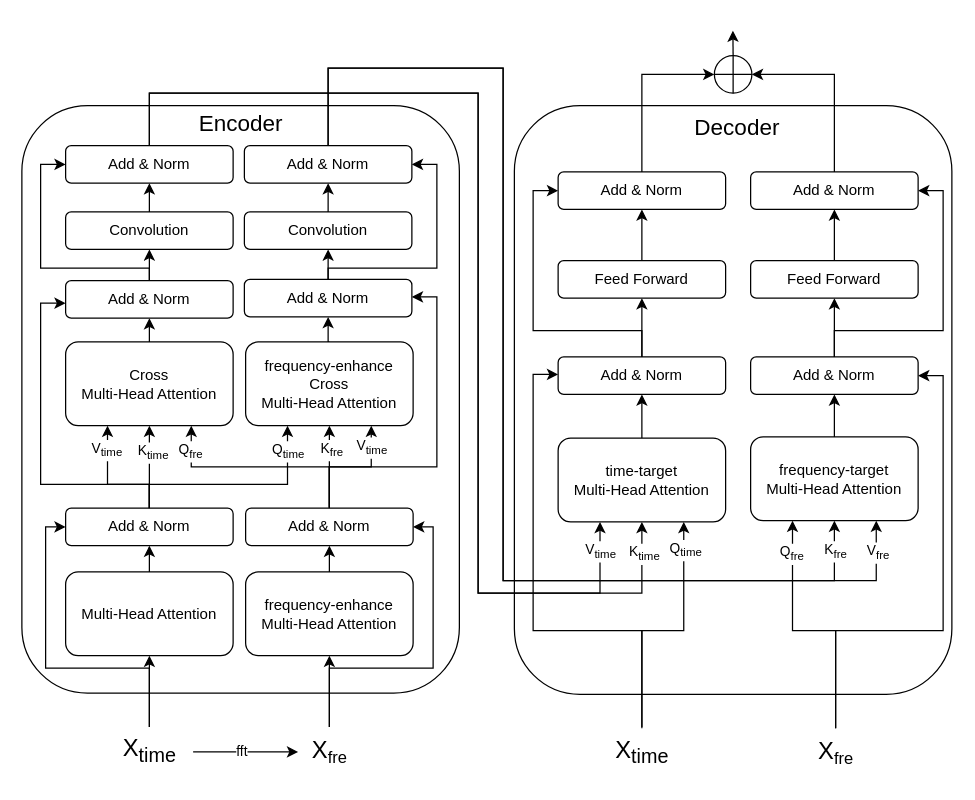
Above: SPR-CNN/Modality-aware.drawio in OuO333333/CNN4CE (draw.io), before the change. Source tidied: cells renumbered, new cells numbered last; positions are measured from the earlier drawing's top-left corner, leaving out a move shared by most shapes. Both pictures are drawn from the tidied source at 125%, with x=0, y=0 at pixel (21, 30).
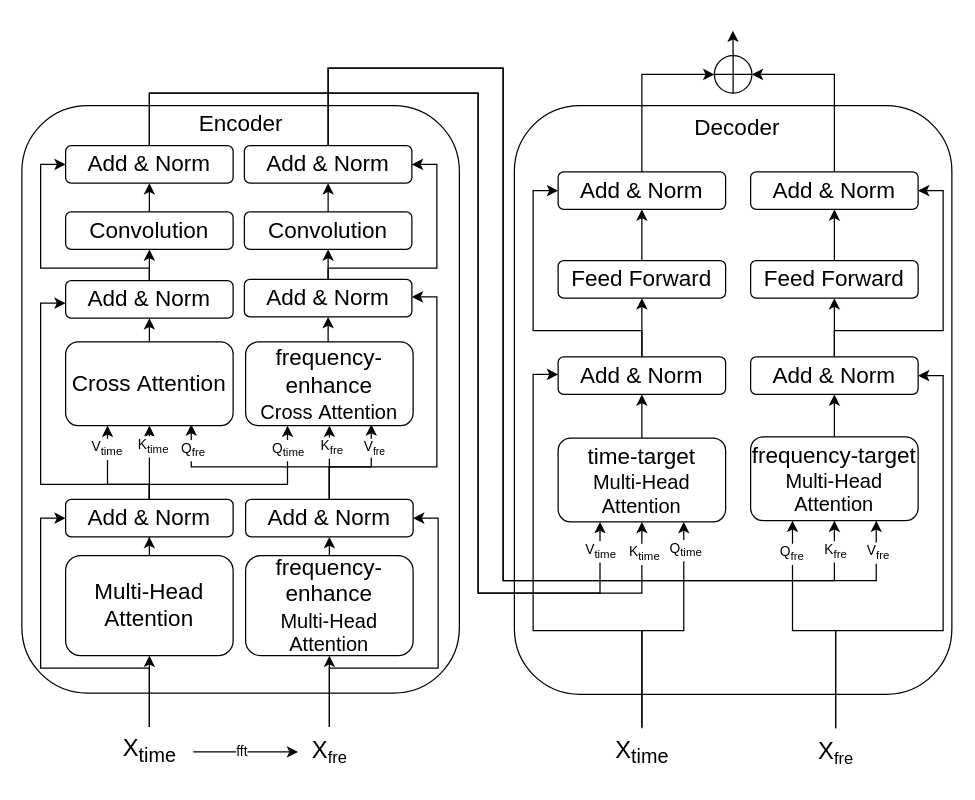
After the change.

The change refers to these unchanged cells:
```xml
<mxCell id="43" value="&lt;font style=&quot;font-size: 19px;&quot;&gt;X&lt;sub&gt;time&lt;/sub&gt;&lt;/font&gt;" style="text;html=1;align=center;verticalAlign=middle;points=[];strokeColor=none;fillColor=none;" parent="1" vertex="1">
  <mxGeometry x="67" y="557" width="70" height="40" as="geometry" />
</mxCell>
<mxCell id="46" value="&lt;font style=&quot;font-size: 19px;&quot;&gt;X&lt;/font&gt;&lt;font style=&quot;font-size: 15.8333px;&quot;&gt;&lt;sub&gt;fre&lt;/sub&gt;&lt;/font&gt;" style="text;html=1;align=center;verticalAlign=middle;points=[];strokeColor=none;fillColor=none;" parent="1" vertex="1">
  <mxGeometry x="221" y="557" width="50" height="40" as="geometry" />
</mxCell>
```

Change to the diagram source:
```diff
@@
-    <mxCell id="4" value="&lt;span style=&quot;background-color: initial;&quot;&gt;Multi-Head Attention&lt;/span&gt;" style="rounded=1;whiteSpace=wrap;html=1;" parent="1" vertex="1">
-      <mxGeometry x="35" y="433" width="134" height="67" as="geometry" />
+    <mxCell id="4" value="&lt;span style=&quot;background-color: initial;&quot;&gt;&lt;font style=&quot;font-size: 18px;&quot;&gt;Multi-Head Attention&lt;/font&gt;&lt;/span&gt;" style="rounded=1;whiteSpace=wrap;html=1;" parent="1" vertex="1">
+      <mxGeometry x="35" y="420" width="134" height="80" as="geometry" />
     </mxCell>
@@
-    <mxCell id="6" value="frequency-enhance&lt;div&gt;Multi-Head Attention&lt;/div&gt;" style="rounded=1;whiteSpace=wrap;html=1;" parent="1" vertex="1">
-      <mxGeometry x="179" y="433" width="134" height="67" as="geometry" />
+    <mxCell id="6" value="&lt;font style=&quot;font-size: 18px;&quot;&gt;frequency-enhance&lt;/font&gt;&lt;div&gt;&lt;font size=&quot;3&quot;&gt;Multi-Head Attention&lt;/font&gt;&lt;/div&gt;" style="rounded=1;whiteSpace=wrap;html=1;" parent="1" vertex="1">
+      <mxGeometry x="179" y="420" width="134" height="80" as="geometry" />
     </mxCell>
@@
-    <mxCell id="14" value="Add &amp;amp; Norm" style="rounded=1;whiteSpace=wrap;html=1;" parent="1" vertex="1">
-      <mxGeometry x="35" y="382" width="134" height="30" as="geometry" />
+    <mxCell id="14" value="&lt;font style=&quot;font-size: 18px;&quot;&gt;Add &amp;amp; Norm&lt;/font&gt;" style="rounded=1;whiteSpace=wrap;html=1;" parent="1" vertex="1">
+      <mxGeometry x="35" y="375" width="134" height="30" as="geometry" />
     </mxCell>
@@
-    <mxCell id="17" style="edgeStyle=orthogonalEdgeStyle;rounded=0;jettySize=auto;html=1;exitX=0.5;exitY=0;exitDx=0;exitDy=0;entryX=0.75;entryY=1;entryDx=0;entryDy=0;" parent="1" edge="1" source="22" target="26">
-      <mxGeometry relative="1" as="geometry" />
-    </mxCell>
-    <mxCell id="18" value="V&lt;sub&gt;time&lt;/sub&gt;" style="edgeLabel;html=1;align=center;verticalAlign=middle;" parent="17" vertex="1">
-      <mxGeometry x="0.56" relative="1" as="geometry">
-        <mxPoint y="-4" as="offset" />
-      </mxGeometry>
-    </mxCell>
-    <mxCell id="19" style="edgeStyle=orthogonalEdgeStyle;rounded=0;jettySize=auto;html=1;exitX=0.5;exitY=0;exitDx=0;exitDy=0;entryX=0.75;entryY=1;entryDx=0;entryDy=0;" parent="1" edge="1" source="22" target="24">
-      <mxGeometry relative="1" as="geometry" />
-    </mxCell>
-    <mxCell id="20" value="Q&lt;sub&gt;fre&lt;/sub&gt;" style="edgeLabel;html=1;align=center;verticalAlign=middle;" parent="19" vertex="1">
-      <mxGeometry x="0.77" y="1" relative="1" as="geometry" />
-    </mxCell>
@@
+    <mxCell id="86" style="edgeStyle=orthogonalEdgeStyle;rounded=0;orthogonalLoop=1;jettySize=auto;html=1;exitX=0.5;exitY=0;exitDx=0;exitDy=0;entryX=0.75;entryY=1;entryDx=0;entryDy=0;" parent="1" edge="1">
+      <mxGeometry relative="1" as="geometry">
+        <mxPoint x="246" y="374" as="sourcePoint" />
+        <mxPoint x="279.5" y="315" as="targetPoint" />
+        <Array as="points">
+          <mxPoint x="246" y="349" />
+          <mxPoint x="280" y="349" />
+        </Array>
+      </mxGeometry>
+    </mxCell>
+    <mxCell id="87" style="edgeStyle=orthogonalEdgeStyle;rounded=0;orthogonalLoop=1;jettySize=auto;html=1;exitX=0.5;exitY=0;exitDx=0;exitDy=0;entryX=0.75;entryY=1;entryDx=0;entryDy=0;" parent="1" edge="1">
+      <mxGeometry relative="1" as="geometry">
+        <mxPoint x="246" y="374" as="sourcePoint" />
+        <mxPoint x="135.5" y="315" as="targetPoint" />
+        <Array as="points">
+          <mxPoint x="246" y="349" />
+          <mxPoint x="136" y="349" />
+        </Array>
+      </mxGeometry>
+    </mxCell>
-    <mxCell id="22" value="Add &amp;amp; Norm" style="rounded=1;whiteSpace=wrap;html=1;" parent="1" vertex="1">
-      <mxGeometry x="179" y="382" width="134" height="30" as="geometry" />
+    <mxCell id="22" value="&lt;font style=&quot;font-size: 18px;&quot;&gt;Add &amp;amp; Norm&lt;/font&gt;" style="rounded=1;whiteSpace=wrap;html=1;" parent="1" vertex="1">
+      <mxGeometry x="179" y="375" width="134" height="30" as="geometry" />
     </mxCell>
@@
-    <mxCell id="24" value="&lt;span style=&quot;background-color: initial;&quot;&gt;Cross&lt;/span&gt;&lt;div&gt;&lt;span style=&quot;background-color: initial;&quot;&gt;Multi-Head Attention&lt;/span&gt;&lt;/div&gt;" style="rounded=1;whiteSpace=wrap;html=1;" parent="1" vertex="1">
+    <mxCell id="24" value="&lt;font style=&quot;font-size: 18px;&quot;&gt;&lt;span style=&quot;background-color: initial;&quot;&gt;&lt;font style=&quot;&quot;&gt;Cross&amp;nbsp;&lt;/font&gt;&lt;/span&gt;&lt;span style=&quot;background-color: initial;&quot;&gt;Attention&lt;/span&gt;&lt;/font&gt;" style="rounded=1;whiteSpace=wrap;html=1;" parent="1" vertex="1">
       <mxGeometry x="35" y="249" width="134" height="67" as="geometry" />
     </mxCell>
@@
-    <mxCell id="26" value="frequency-enhance&lt;div&gt;Cross&lt;br&gt;&lt;div&gt;Multi-Head Attention&lt;/div&gt;&lt;/div&gt;" style="rounded=1;whiteSpace=wrap;html=1;" parent="1" vertex="1">
+    <mxCell id="26" value="&lt;font style=&quot;font-size: 18px;&quot;&gt;frequency-enhance&lt;/font&gt;&lt;div&gt;&lt;font size=&quot;3&quot;&gt;Cross&lt;span style=&quot;background-color: initial;&quot;&gt;&amp;nbsp;Attention&lt;/span&gt;&lt;/font&gt;&lt;/div&gt;" style="rounded=1;whiteSpace=wrap;html=1;" parent="1" vertex="1">
       <mxGeometry x="179" y="249" width="134" height="67" as="geometry" />
     </mxCell>
@@
-    <mxCell id="29" value="Add &amp;amp; Norm" style="rounded=1;whiteSpace=wrap;html=1;" parent="1" vertex="1">
+    <mxCell id="29" value="&lt;font style=&quot;font-size: 18px;&quot;&gt;Add &amp;amp; Norm&lt;/font&gt;" style="rounded=1;whiteSpace=wrap;html=1;" parent="1" vertex="1">
       <mxGeometry x="35" y="200" width="134" height="30" as="geometry" />
     </mxCell>
@@
-    <mxCell id="32" value="Add &amp;amp; Norm" style="rounded=1;whiteSpace=wrap;html=1;" parent="1" vertex="1">
+    <mxCell id="32" value="&lt;font style=&quot;font-size: 18px;&quot;&gt;Add &amp;amp; Norm&lt;/font&gt;" style="rounded=1;whiteSpace=wrap;html=1;" parent="1" vertex="1">
       <mxGeometry x="178" y="199" width="134" height="30" as="geometry" />
     </mxCell>
@@
-    <mxCell id="34" value="Convolution" style="rounded=1;whiteSpace=wrap;html=1;" parent="1" vertex="1">
+    <mxCell id="34" value="&lt;font style=&quot;font-size: 18px;&quot;&gt;Convolution&lt;/font&gt;" style="rounded=1;whiteSpace=wrap;html=1;" parent="1" vertex="1">
       <mxGeometry x="35" y="145" width="134" height="30" as="geometry" />
     </mxCell>
@@
-    <mxCell id="36" value="Convolution" style="rounded=1;whiteSpace=wrap;html=1;" parent="1" vertex="1">
+    <mxCell id="36" value="&lt;font style=&quot;font-size: 18px;&quot;&gt;Convolution&lt;/font&gt;" style="rounded=1;whiteSpace=wrap;html=1;" parent="1" vertex="1">
       <mxGeometry x="178" y="145" width="134" height="30" as="geometry" />
     </mxCell>
-    <mxCell id="37" value="Add &amp;amp; Norm" style="rounded=1;whiteSpace=wrap;html=1;" parent="1" vertex="1">
+    <mxCell id="37" value="&lt;font style=&quot;font-size: 18px;&quot;&gt;Add &amp;amp; Norm&lt;/font&gt;" style="rounded=1;whiteSpace=wrap;html=1;" parent="1" vertex="1">
       <mxGeometry x="35" y="92" width="134" height="30" as="geometry" />
     </mxCell>
-    <mxCell id="38" value="Add &amp;amp; Norm" style="rounded=1;whiteSpace=wrap;html=1;" parent="1" vertex="1">
+    <mxCell id="38" value="&lt;font style=&quot;font-size: 18px;&quot;&gt;Add &amp;amp; Norm&lt;/font&gt;" style="rounded=1;whiteSpace=wrap;html=1;" parent="1" vertex="1">
       <mxGeometry x="178" y="92" width="134" height="30" as="geometry" />
     </mxCell>
@@
     <mxCell id="42" style="edgeStyle=orthogonalEdgeStyle;rounded=0;jettySize=auto;html=1;entryX=0;entryY=0.5;entryDx=0;entryDy=0;" parent="1" edge="1" source="43" target="14">
       <mxGeometry relative="1" as="geometry">
         <Array as="points">
           <mxPoint x="102" y="510" />
-          <mxPoint x="19" y="510" />
-          <mxPoint x="19" y="397" />
+          <mxPoint x="15" y="510" />
+          <mxPoint x="15" y="390" />
         </Array>
       </mxGeometry>
     </mxCell>
@@
     <mxCell id="45" style="edgeStyle=orthogonalEdgeStyle;rounded=0;jettySize=auto;html=1;entryX=1;entryY=0.5;entryDx=0;entryDy=0;" parent="1" edge="1" source="46" target="22">
       <mxGeometry relative="1" as="geometry">
         <Array as="points">
           <mxPoint x="246" y="510" />
-          <mxPoint x="329" y="510" />
-          <mxPoint x="329" y="397" />
+          <mxPoint x="333" y="510" />
+          <mxPoint x="333" y="390" />
         </Array>
       </mxGeometry>
     </mxCell>
@@
-    <mxCell id="49" value="time-target&lt;div&gt;Multi-Head Attention&lt;/div&gt;" style="rounded=1;whiteSpace=wrap;html=1;" parent="1" vertex="1">
+    <mxCell id="49" value="&lt;font style=&quot;font-size: 18px;&quot;&gt;time-target&lt;/font&gt;&lt;div&gt;&lt;font size=&quot;3&quot;&gt;Multi-Head Attention&lt;/font&gt;&lt;/div&gt;" style="rounded=1;whiteSpace=wrap;html=1;" parent="1" vertex="1">
       <mxGeometry x="429" y="326" width="134" height="67" as="geometry" />
     </mxCell>
@@
-    <mxCell id="51" value="frequency-target&lt;div&gt;Multi-Head Attention&lt;/div&gt;" style="rounded=1;whiteSpace=wrap;html=1;" parent="1" vertex="1">
+    <mxCell id="51" value="&lt;font style=&quot;font-size: 18px;&quot;&gt;frequency-target&lt;/font&gt;&lt;div&gt;&lt;font size=&quot;3&quot;&gt;Multi-Head Attention&lt;/font&gt;&lt;/div&gt;" style="rounded=1;whiteSpace=wrap;html=1;" parent="1" vertex="1">
       <mxGeometry x="583" y="325" width="134" height="67" as="geometry" />
     </mxCell>
@@
-    <mxCell id="54" value="Add &amp;amp; Norm" style="rounded=1;whiteSpace=wrap;html=1;" parent="1" vertex="1">
+    <mxCell id="54" value="&lt;font style=&quot;font-size: 18px;&quot;&gt;Add &amp;amp; Norm&lt;/font&gt;" style="rounded=1;whiteSpace=wrap;html=1;" parent="1" vertex="1">
       <mxGeometry x="429" y="261" width="134" height="30" as="geometry" />
     </mxCell>
@@
-    <mxCell id="57" value="Add &amp;amp; Norm" style="rounded=1;whiteSpace=wrap;html=1;" parent="1" vertex="1">
+    <mxCell id="57" value="&lt;font style=&quot;font-size: 18px;&quot;&gt;Add &amp;amp; Norm&lt;/font&gt;" style="rounded=1;whiteSpace=wrap;html=1;" parent="1" vertex="1">
       <mxGeometry x="583" y="261" width="134" height="30" as="geometry" />
     </mxCell>
@@
-    <mxCell id="59" value="Feed Forward" style="rounded=1;whiteSpace=wrap;html=1;" parent="1" vertex="1">
+    <mxCell id="59" value="&lt;font style=&quot;font-size: 18px;&quot;&gt;Feed Forward&lt;/font&gt;" style="rounded=1;whiteSpace=wrap;html=1;" parent="1" vertex="1">
       <mxGeometry x="429" y="184" width="134" height="30" as="geometry" />
     </mxCell>
@@
-    <mxCell id="61" value="Feed Forward" style="rounded=1;whiteSpace=wrap;html=1;" parent="1" vertex="1">
+    <mxCell id="61" value="&lt;font style=&quot;font-size: 18px;&quot;&gt;Feed Forward&lt;/font&gt;" style="rounded=1;whiteSpace=wrap;html=1;" parent="1" vertex="1">
       <mxGeometry x="583" y="184" width="134" height="30" as="geometry" />
     </mxCell>
@@
-    <mxCell id="63" value="Add &amp;amp; Norm" style="rounded=1;whiteSpace=wrap;html=1;" parent="1" vertex="1">
+    <mxCell id="63" value="&lt;font style=&quot;font-size: 18px;&quot;&gt;Add &amp;amp; Norm&lt;/font&gt;" style="rounded=1;whiteSpace=wrap;html=1;" parent="1" vertex="1">
       <mxGeometry x="429" y="113" width="134" height="30" as="geometry" />
     </mxCell>
@@
-    <mxCell id="65" value="Add &amp;amp; Norm" style="rounded=1;whiteSpace=wrap;html=1;" parent="1" vertex="1">
+    <mxCell id="65" value="&lt;font style=&quot;font-size: 18px;&quot;&gt;Add &amp;amp; Norm&lt;/font&gt;" style="rounded=1;whiteSpace=wrap;html=1;" parent="1" vertex="1">
       <mxGeometry x="583" y="113" width="134" height="30" as="geometry" />
     </mxCell>
@@
+    <mxCell id="20" value="Q&lt;sub&gt;fre&lt;/sub&gt;" style="edgeLabel;html=1;align=center;verticalAlign=middle;" parent="1" vertex="1">
+      <mxGeometry x="136.5" y="335.5" as="geometry" />
+    </mxCell>
+    <mxCell id="88" value="V&lt;font size=&quot;1&quot;&gt;&lt;sub&gt;fre&lt;/sub&gt;&lt;/font&gt;" style="edgeLabel;html=1;align=center;verticalAlign=middle;" parent="1" vertex="1">
+      <mxGeometry x="291.5" y="335.5" as="geometry">
+        <mxPoint x="-10" y="-2" as="offset" />
+      </mxGeometry>
+    </mxCell>
```
